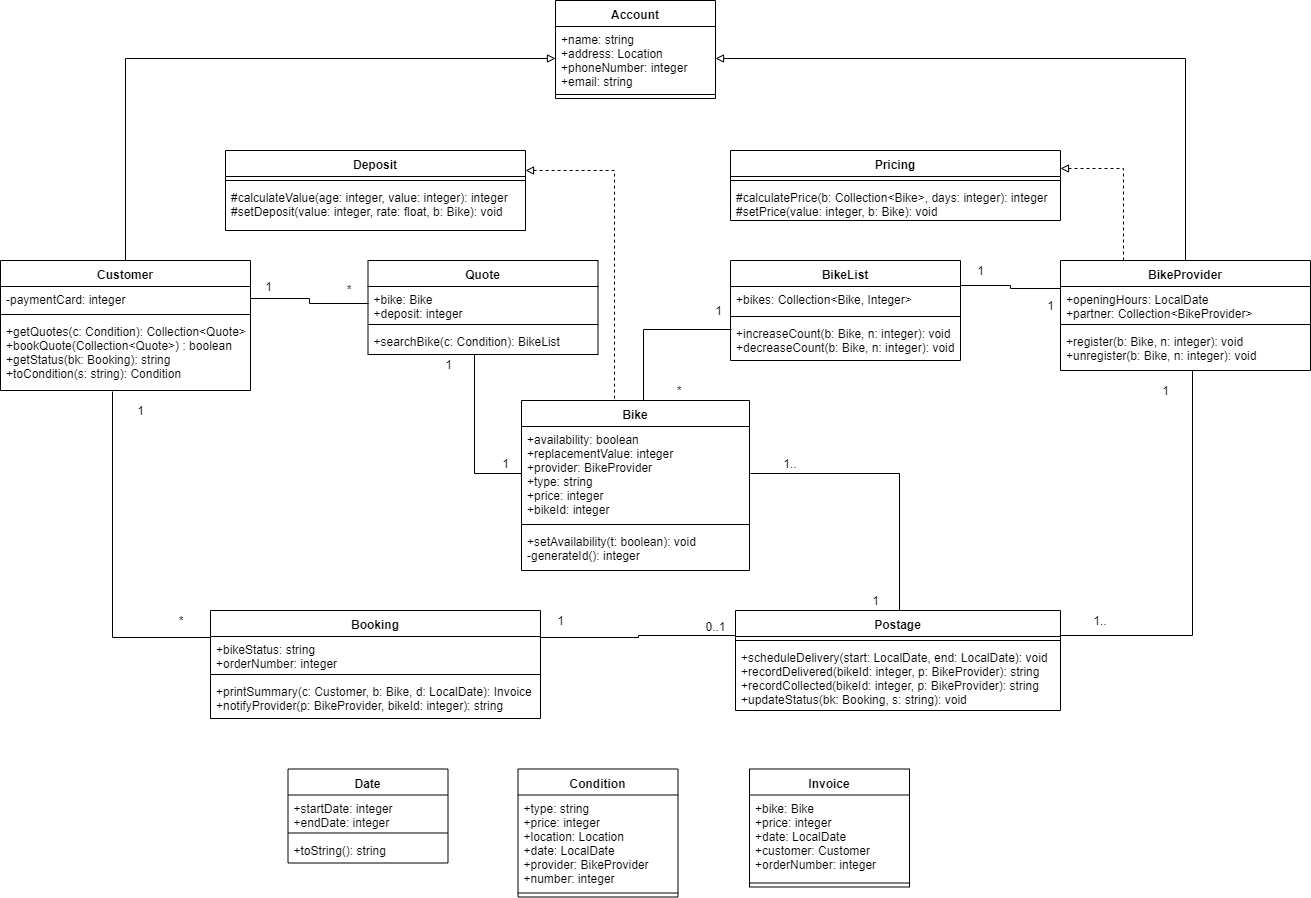
Earlier version of the draw.io export diagram/cw2_class_diagram.png (SatoMichi/SE_CW_Bike_Rental_System). Source tidied: cells renumbered, new cells last; positions are measured from the earlier drawing's top-left corner, leaving out a move shared by most shapes.
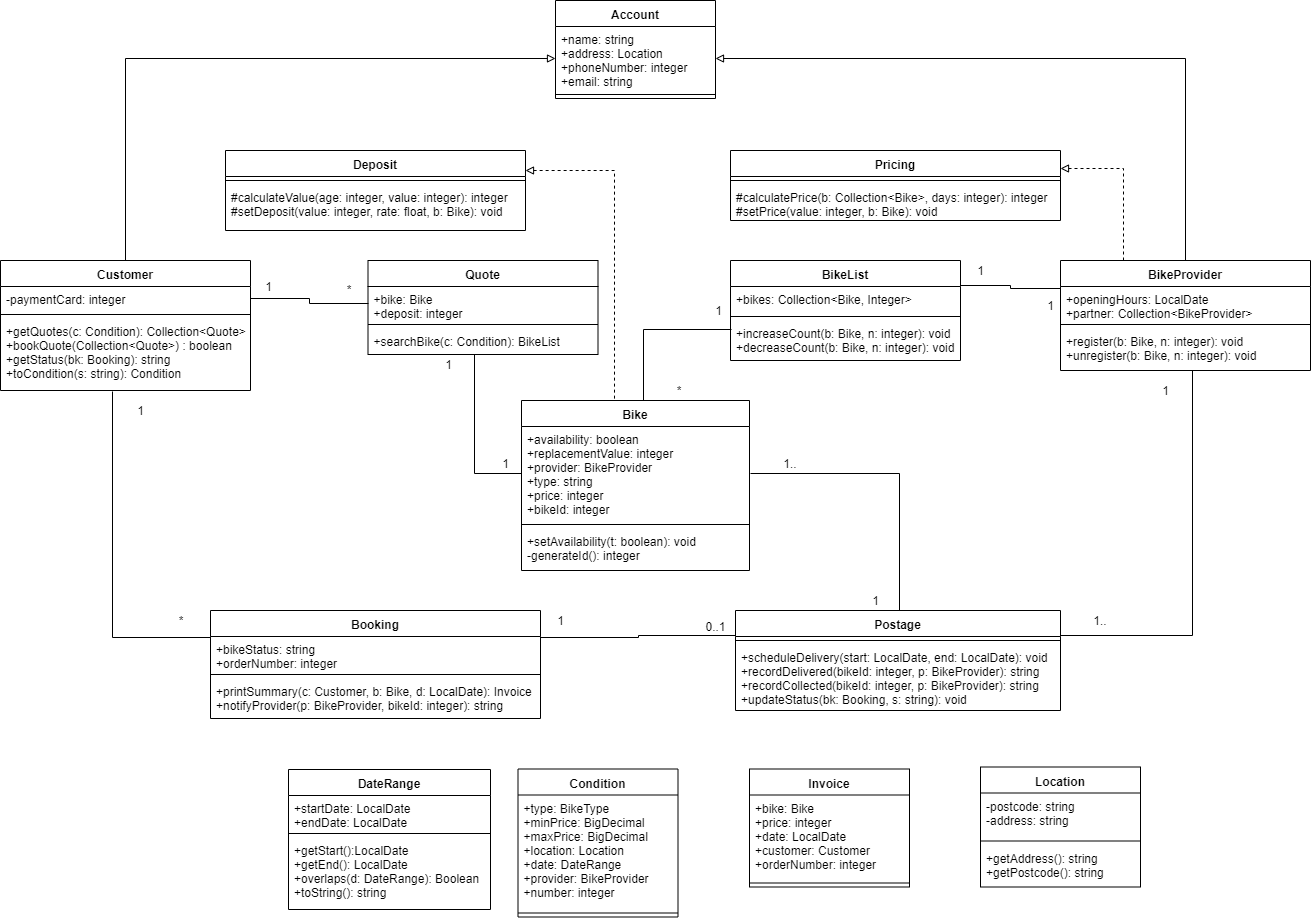
The same file after the commit.

Diff of the diagram source:
```diff
@@ -146,26 +146,26 @@
         <mxPoint x="899" y="610" as="targetPoint" />
       </mxGeometry>
     </mxCell>
-    <mxCell id="49" value="Date" style="swimlane;fontStyle=1;align=center;verticalAlign=top;horizontal=1;startSize=26;" parent="1" vertex="1">
-      <mxGeometry x="287.5" y="768.5" width="160" height="94" as="geometry" />
+    <mxCell id="49" value="DateRange" style="swimlane;fontStyle=1;align=center;verticalAlign=top;horizontal=1;startSize=26;" parent="1" vertex="1">
+      <mxGeometry x="288" y="769" width="202" height="140" as="geometry" />
     </mxCell>
-    <mxCell id="50" value="+startDate: integer&#10;+endDate: integer" style="text;strokeColor=none;fillColor=none;align=left;verticalAlign=top;spacingLeft=4;spacingRight=4;overflow=hidden;" parent="49" vertex="1">
-      <mxGeometry y="26" width="160" height="34" as="geometry" />
+    <mxCell id="50" value="+startDate: LocalDate&#10;+endDate: LocalDate" style="text;strokeColor=none;fillColor=none;align=left;verticalAlign=top;spacingLeft=4;spacingRight=4;overflow=hidden;" parent="49" vertex="1">
+      <mxGeometry y="26" width="202" height="34" as="geometry" />
     </mxCell>
     <mxCell id="51" style="line;strokeWidth=1;fillColor=none;align=left;verticalAlign=middle;spacingTop=-1;spacingLeft=3;spacingRight=3;labelPosition=right;" parent="49" vertex="1">
-      <mxGeometry y="60" width="160" height="8" as="geometry" />
+      <mxGeometry y="60" width="202" height="8" as="geometry" />
     </mxCell>
-    <mxCell id="52" value="+toString(): string" style="text;strokeColor=none;fillColor=none;align=left;verticalAlign=top;spacingLeft=4;spacingRight=4;overflow=hidden;" parent="49" vertex="1">
-      <mxGeometry y="68" width="160" height="26" as="geometry" />
+    <mxCell id="52" value="+getStart():LocalDate&#10;+getEnd(): LocalDate&#10;+overlaps(d: DateRange): Boolean&#10;+toString(): string" style="text;strokeColor=none;fillColor=none;align=left;verticalAlign=top;spacingLeft=4;spacingRight=4;overflow=hidden;" parent="49" vertex="1">
+      <mxGeometry y="68" width="202" height="72" as="geometry" />
     </mxCell>
     <mxCell id="53" value="Condition" style="swimlane;fontStyle=1;align=center;verticalAlign=top;horizontal=1;startSize=26;" parent="1" vertex="1">
-      <mxGeometry x="517.5" y="768.5" width="160" height="128" as="geometry" />
+      <mxGeometry x="517.5" y="768.5" width="160" height="148" as="geometry" />
     </mxCell>
-    <mxCell id="54" value="+type: string&#10;+price: integer&#10;+location: Location&#10;+date: LocalDate&#10;+provider: BikeProvider&#10;+number: integer" style="text;strokeColor=none;fillColor=none;align=left;verticalAlign=top;spacingLeft=4;spacingRight=4;overflow=hidden;" parent="53" vertex="1">
-      <mxGeometry y="26" width="160" height="94" as="geometry" />
+    <mxCell id="54" value="+type: BikeType&#10;+minPrice: BigDecimal&#10;+maxPrice: BigDecimal&#10;+location: Location&#10;+date: DateRange&#10;+provider: BikeProvider&#10;+number: integer" style="text;strokeColor=none;fillColor=none;align=left;verticalAlign=top;spacingLeft=4;spacingRight=4;overflow=hidden;" parent="53" vertex="1">
+      <mxGeometry y="26" width="160" height="114" as="geometry" />
     </mxCell>
     <mxCell id="55" style="line;strokeWidth=1;fillColor=none;align=left;verticalAlign=middle;spacingTop=-1;spacingLeft=3;spacingRight=3;labelPosition=right;" parent="53" vertex="1">
-      <mxGeometry y="120" width="160" height="8" as="geometry" />
+      <mxGeometry y="140" width="160" height="8" as="geometry" />
     </mxCell>
     <mxCell id="56" value="Invoice" style="swimlane;fontStyle=1;align=center;verticalAlign=top;horizontal=1;startSize=26;" parent="1" vertex="1">
       <mxGeometry x="749" y="768.5" width="160" height="118" as="geometry" />
@@ -227,5 +227,17 @@
     <mxCell id="75" value="1.." style="text;html=1;strokeColor=none;fillColor=none;align=center;verticalAlign=middle;whiteSpace=wrap;rounded=0;" parent="1" vertex="1">
       <mxGeometry x="770" y="453" width="40" height="20" as="geometry" />
     </mxCell>
+    <mxCell id="76" value="Location" style="swimlane;fontStyle=1;align=center;verticalAlign=top;horizontal=1;startSize=26;" parent="1" vertex="1">
+      <mxGeometry x="980" y="766.5" width="160" height="120" as="geometry" />
+    </mxCell>
+    <mxCell id="77" value="-postcode: string&#10;-address: string" style="text;strokeColor=none;fillColor=none;align=left;verticalAlign=top;spacingLeft=4;spacingRight=4;overflow=hidden;" parent="76" vertex="1">
+      <mxGeometry y="26" width="160" height="44" as="geometry" />
+    </mxCell>
+    <mxCell id="78" style="line;strokeWidth=1;fillColor=none;align=left;verticalAlign=middle;spacingTop=-1;spacingLeft=3;spacingRight=3;labelPosition=right;" parent="76" vertex="1">
+      <mxGeometry y="70" width="160" height="8" as="geometry" />
+    </mxCell>
+    <mxCell id="79" value="+getAddress(): string&#10;+getPostcode(): string" style="text;strokeColor=none;fillColor=none;align=left;verticalAlign=top;spacingLeft=4;spacingRight=4;overflow=hidden;" parent="76" vertex="1">
+      <mxGeometry y="78" width="160" height="42" as="geometry" />
+    </mxCell>
   </root>
 </mxGraphModel>
```
